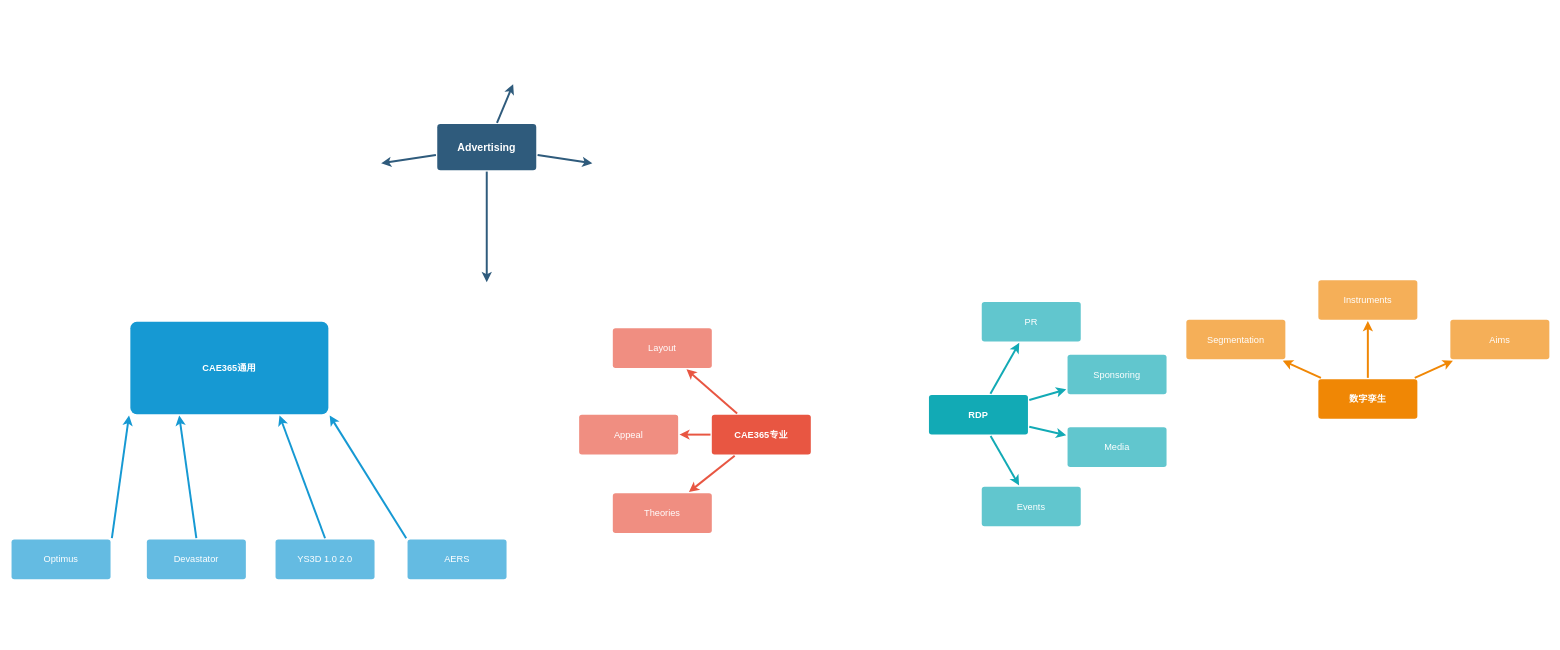
The draw.io diagram 3d.drawio in Harekaze-Misakiakeno/uml, before the edit. Source tidied: cells renumbered, new cells numbered last; positions are measured from the earlier drawing's top-left corner, leaving out a move shared by most shapes. Both pictures are drawn from the tidied source at 66%, with x=0, y=0 at pixel (11, 84).
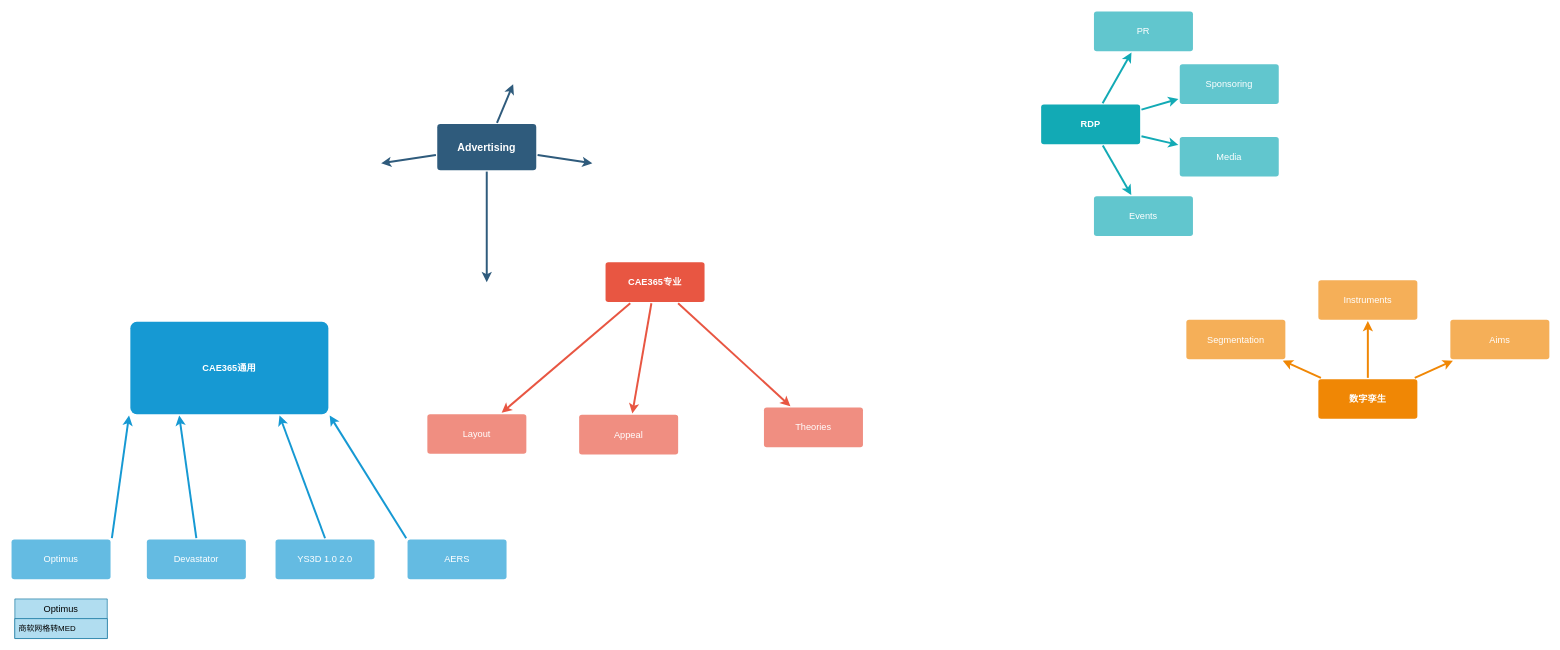
The same page after the edit.

Diff of the diagram source:
```diff
@@
     <mxCell id="10" value="CAE365专业" style="rounded=1;whiteSpace=wrap;html=1;shadow=0;labelBackgroundColor=none;strokeColor=none;strokeWidth=3;fillColor=#e85642;fontFamily=Helvetica;fontSize=14;fontColor=#FFFFFF;align=center;spacing=5;fontStyle=1;arcSize=7;perimeterSpacing=2;" parent="1" vertex="1">
-      <mxGeometry x="1061" y="501" width="150" height="60" as="geometry" />
+      <mxGeometry x="900" y="270" width="150" height="60" as="geometry" />
     </mxCell>
     <mxCell id="11" value="Theories" style="rounded=1;whiteSpace=wrap;html=1;shadow=0;labelBackgroundColor=none;strokeColor=none;strokeWidth=3;fillColor=#f08e81;fontFamily=Helvetica;fontSize=14;fontColor=#FFFFFF;align=center;spacing=5;fontStyle=0;arcSize=7;perimeterSpacing=2;" parent="1" vertex="1">
-      <mxGeometry x="911" y="620" width="150" height="60" as="geometry" />
+      <mxGeometry x="1140" y="490" width="150" height="60" as="geometry" />
     </mxCell>
@@
     <mxCell id="13" value="Layout" style="rounded=1;whiteSpace=wrap;html=1;shadow=0;labelBackgroundColor=none;strokeColor=none;strokeWidth=3;fillColor=#f08e81;fontFamily=Helvetica;fontSize=14;fontColor=#FFFFFF;align=center;spacing=5;fontStyle=0;arcSize=7;perimeterSpacing=2;" parent="1" vertex="1">
-      <mxGeometry x="911" y="370" width="150" height="60" as="geometry" />
+      <mxGeometry x="630" y="500" width="150" height="60" as="geometry" />
     </mxCell>
@@
     <mxCell id="28" value="RDP" style="rounded=1;whiteSpace=wrap;html=1;shadow=0;labelBackgroundColor=none;strokeColor=none;strokeWidth=3;fillColor=#12aab5;fontFamily=Helvetica;fontSize=14;fontColor=#FFFFFF;align=center;spacing=5;fontStyle=1;arcSize=7;perimeterSpacing=2;" parent="1" vertex="1">
-      <mxGeometry x="1390" y="471" width="150" height="60" as="geometry" />
+      <mxGeometry x="1560" y="31" width="150" height="60" as="geometry" />
     </mxCell>
     <mxCell id="29" value="Events" style="rounded=1;whiteSpace=wrap;html=1;shadow=0;labelBackgroundColor=none;strokeColor=none;strokeWidth=3;fillColor=#61c6ce;fontFamily=Helvetica;fontSize=14;fontColor=#FFFFFF;align=center;spacing=5;fontStyle=0;arcSize=7;perimeterSpacing=2;" parent="1" vertex="1">
-      <mxGeometry x="1470" y="610" width="150" height="60" as="geometry" />
+      <mxGeometry x="1640" y="170" width="150" height="60" as="geometry" />
     </mxCell>
@@
     <mxCell id="31" value="Media" style="rounded=1;whiteSpace=wrap;html=1;shadow=0;labelBackgroundColor=none;strokeColor=none;strokeWidth=3;fillColor=#61c6ce;fontFamily=Helvetica;fontSize=14;fontColor=#FFFFFF;align=center;spacing=5;fontStyle=0;arcSize=7;perimeterSpacing=2;" parent="1" vertex="1">
-      <mxGeometry x="1600" y="520" width="150" height="60" as="geometry" />
+      <mxGeometry x="1770" y="80" width="150" height="60" as="geometry" />
     </mxCell>
@@
     <mxCell id="33" value="Sponsoring" style="rounded=1;whiteSpace=wrap;html=1;shadow=0;labelBackgroundColor=none;strokeColor=none;strokeWidth=3;fillColor=#61c6ce;fontFamily=Helvetica;fontSize=14;fontColor=#FFFFFF;align=center;spacing=5;fontStyle=0;arcSize=7;perimeterSpacing=2;" parent="1" vertex="1">
-      <mxGeometry x="1600" y="410" width="150" height="60" as="geometry" />
+      <mxGeometry x="1770" y="-30" width="150" height="60" as="geometry" />
     </mxCell>
@@
     <mxCell id="35" value="PR" style="rounded=1;whiteSpace=wrap;html=1;shadow=0;labelBackgroundColor=none;strokeColor=none;strokeWidth=3;fillColor=#61c6ce;fontFamily=Helvetica;fontSize=14;fontColor=#FFFFFF;align=center;spacing=5;fontStyle=0;arcSize=7;perimeterSpacing=2;" parent="1" vertex="1">
-      <mxGeometry x="1470" y="330" width="150" height="60" as="geometry" />
+      <mxGeometry x="1640" y="-110" width="150" height="60" as="geometry" />
     </mxCell>
@@
+    <mxCell id="39" value="&lt;span style=&quot;font-size: 14px;&quot;&gt;&lt;font style=&quot;color: rgb(0, 0, 0);&quot;&gt;Optimus&lt;/font&gt;&lt;/span&gt;" style="swimlane;fontStyle=0;horizontal=1;startSize=30;whiteSpace=wrap;html=1;fillColor=#b1ddf0;strokeColor=#10739e;" parent="1" vertex="1">
+      <mxGeometry x="5" y="780" width="140" height="60" as="geometry" />
+    </mxCell>
+    <mxCell id="40" value="商软网格转MED" style="text;strokeColor=#10739e;fillColor=#b1ddf0;align=left;verticalAlign=middle;spacingLeft=4;spacingRight=4;overflow=hidden;whiteSpace=wrap;html=1;" parent="39" vertex="1">
+      <mxGeometry y="30" width="140" height="30" as="geometry" />
+    </mxCell>
```
